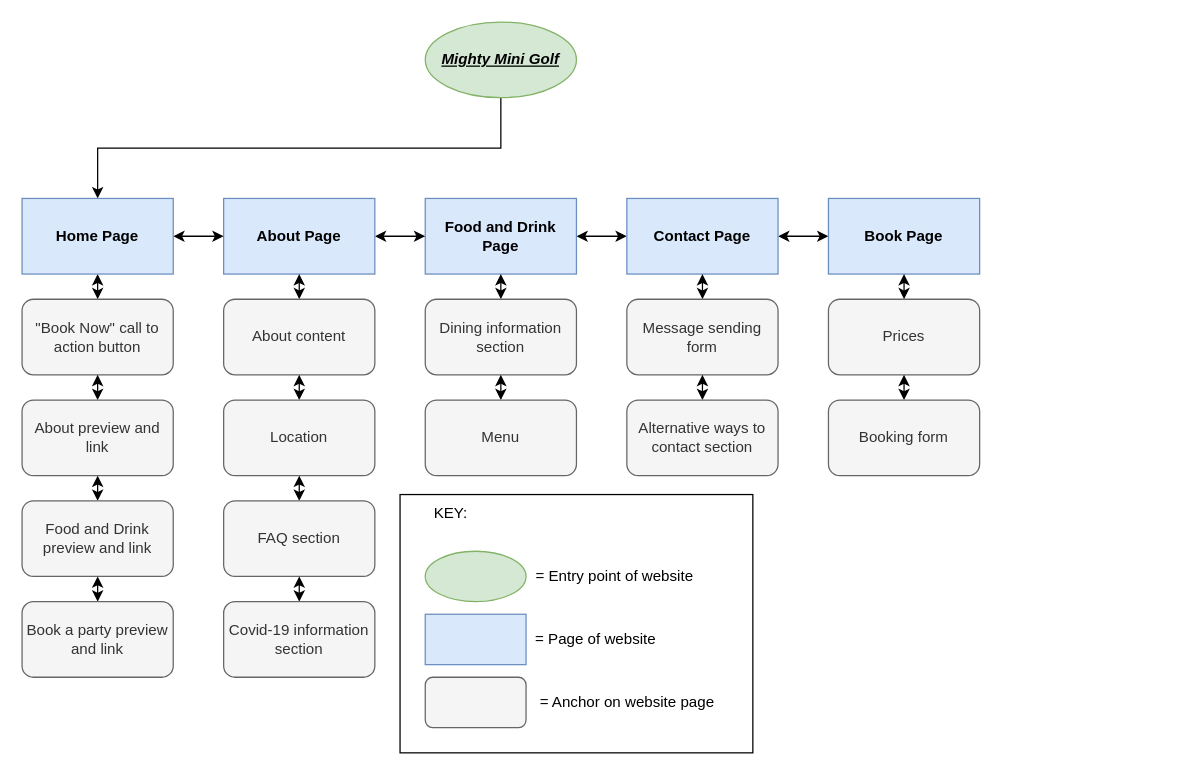
The draw.io diagram docs/sitemap.drawio in MitchellJC/mightyMiniGolf, before the edit. Source tidied: cells renumbered, new cells numbered last; positions are measured from the earlier drawing's top-left corner, leaving out a move shared by most shapes. Both pictures are drawn from the tidied source at 126%, with x=0, y=0 at pixel (21, 21).
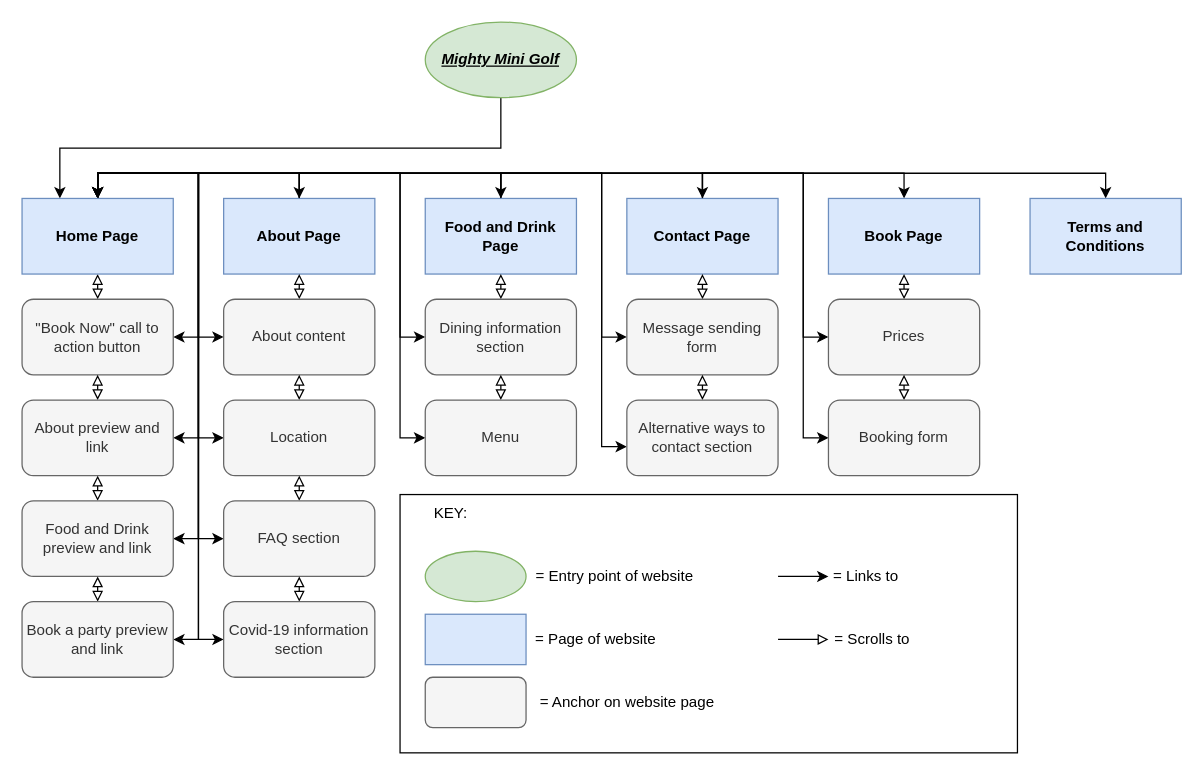
The same page after the edit.

Unchanged cells that the change refers to:
```xml
<mxCell id="4" value="&lt;b&gt;&lt;i&gt;&lt;u&gt;Mighty Mini Golf&lt;/u&gt;&lt;/i&gt;&lt;/b&gt;" style="ellipse;whiteSpace=wrap;html=1;fontFamily=Helvetica;fontSize=12;align=center;strokeColor=#82b366;fillColor=#d5e8d4;" parent="1" vertex="1">
  <mxGeometry x="320" width="120" height="60" as="geometry" />
</mxCell>
<mxCell id="6" value="&lt;b&gt;Food and Drink Page&lt;/b&gt;" style="rounded=0;whiteSpace=wrap;html=1;fillColor=#dae8fc;strokeColor=#6c8ebf;" parent="1" vertex="1">
  <mxGeometry x="320" y="140" width="120" height="60" as="geometry" />
</mxCell>
<mxCell id="8" value="&lt;b&gt;About Page&lt;/b&gt;" style="rounded=0;whiteSpace=wrap;html=1;fillColor=#dae8fc;strokeColor=#6c8ebf;" parent="1" vertex="1">
  <mxGeometry x="160" y="140" width="120" height="60" as="geometry" />
</mxCell>
<mxCell id="10" value="&lt;b&gt;Contact Page&lt;/b&gt;" style="rounded=0;whiteSpace=wrap;html=1;fillColor=#dae8fc;strokeColor=#6c8ebf;" parent="1" vertex="1">
  <mxGeometry x="480" y="140" width="120" height="60" as="geometry" />
</mxCell>
<mxCell id="13" value="&lt;b&gt;Home Page&lt;/b&gt;" style="rounded=0;whiteSpace=wrap;html=1;fillColor=#dae8fc;strokeColor=#6c8ebf;" parent="1" vertex="1">
  <mxGeometry y="140" width="120" height="60" as="geometry" />
</mxCell>
<mxCell id="14" value="&lt;b&gt;Book Page&lt;/b&gt;" style="rounded=0;whiteSpace=wrap;html=1;fillColor=#dae8fc;strokeColor=#6c8ebf;" parent="1" vertex="1">
  <mxGeometry x="640" y="140" width="120" height="60" as="geometry" />
</mxCell>
<mxCell id="15" value="&quot;Book Now&quot; call to action button" style="rounded=1;whiteSpace=wrap;html=1;fillColor=#f5f5f5;strokeColor=#666666;fontColor=#333333;" parent="1" vertex="1">
  <mxGeometry y="220" width="120" height="60" as="geometry" />
</mxCell>
<mxCell id="17" value="About preview and link" style="rounded=1;whiteSpace=wrap;html=1;fillColor=#f5f5f5;strokeColor=#666666;fontColor=#333333;" parent="1" vertex="1">
  <mxGeometry y="300" width="120" height="60" as="geometry" />
</mxCell>
<mxCell id="19" value="Food and Drink preview and link" style="rounded=1;whiteSpace=wrap;html=1;fillColor=#f5f5f5;strokeColor=#666666;fontColor=#333333;" parent="1" vertex="1">
  <mxGeometry y="380" width="120" height="60" as="geometry" />
</mxCell>
<mxCell id="21" value="Book a party preview and link" style="rounded=1;whiteSpace=wrap;html=1;fillColor=#f5f5f5;strokeColor=#666666;fontColor=#333333;" parent="1" vertex="1">
  <mxGeometry y="460" width="120" height="60" as="geometry" />
</mxCell>
<mxCell id="23" value="About content" style="rounded=1;whiteSpace=wrap;html=1;fillColor=#f5f5f5;strokeColor=#666666;fontColor=#333333;" parent="1" vertex="1">
  <mxGeometry x="160" y="220" width="120" height="60" as="geometry" />
</mxCell>
<mxCell id="25" value="Location" style="rounded=1;whiteSpace=wrap;html=1;fillColor=#f5f5f5;strokeColor=#666666;fontColor=#333333;" parent="1" vertex="1">
  <mxGeometry x="160" y="300" width="120" height="60" as="geometry" />
</mxCell>
<mxCell id="27" value="FAQ section" style="rounded=1;whiteSpace=wrap;html=1;fillColor=#f5f5f5;strokeColor=#666666;fontColor=#333333;" parent="1" vertex="1">
  <mxGeometry x="160" y="380" width="120" height="60" as="geometry" />
</mxCell>
<mxCell id="29" value="Covid-19 information section" style="rounded=1;whiteSpace=wrap;html=1;fillColor=#f5f5f5;strokeColor=#666666;fontColor=#333333;" parent="1" vertex="1">
  <mxGeometry x="160" y="460" width="120" height="60" as="geometry" />
</mxCell>
<mxCell id="31" value="Dining information section" style="rounded=1;whiteSpace=wrap;html=1;fillColor=#f5f5f5;strokeColor=#666666;fontColor=#333333;" parent="1" vertex="1">
  <mxGeometry x="320" y="220" width="120" height="60" as="geometry" />
</mxCell>
<mxCell id="33" value="Menu" style="rounded=1;whiteSpace=wrap;html=1;fillColor=#f5f5f5;strokeColor=#666666;fontColor=#333333;" parent="1" vertex="1">
  <mxGeometry x="320" y="300" width="120" height="60" as="geometry" />
</mxCell>
<mxCell id="35" value="Message sending form" style="rounded=1;whiteSpace=wrap;html=1;fillColor=#f5f5f5;strokeColor=#666666;fontColor=#333333;" parent="1" vertex="1">
  <mxGeometry x="480" y="220" width="120" height="60" as="geometry" />
</mxCell>
<mxCell id="37" value="Alternative ways to contact section" style="rounded=1;whiteSpace=wrap;html=1;fillColor=#f5f5f5;strokeColor=#666666;fontColor=#333333;" parent="1" vertex="1">
  <mxGeometry x="480" y="300" width="120" height="60" as="geometry" />
</mxCell>
<mxCell id="39" value="Prices" style="rounded=1;whiteSpace=wrap;html=1;fillColor=#f5f5f5;strokeColor=#666666;fontColor=#333333;" parent="1" vertex="1">
  <mxGeometry x="640" y="220" width="120" height="60" as="geometry" />
</mxCell>
<mxCell id="41" value="Booking form" style="rounded=1;whiteSpace=wrap;html=1;fillColor=#f5f5f5;strokeColor=#666666;fontColor=#333333;" parent="1" vertex="1">
  <mxGeometry x="640" y="300" width="120" height="60" as="geometry" />
</mxCell>
```

The edit, as a diff of the source:
```diff
@@
     <mxCell id="2" style="rounded=0;whiteSpace=wrap;html=1;" parent="1" vertex="1">
-      <mxGeometry x="300" y="375" width="280" height="205" as="geometry" />
+      <mxGeometry x="300" y="375" width="490" height="205" as="geometry" />
     </mxCell>
-    <mxCell id="3" style="edgeStyle=orthogonalEdgeStyle;rounded=0;jettySize=auto;html=1;exitX=0.5;exitY=1;exitDx=0;exitDy=0;endArrow=classic;endFill=1;" parent="1" edge="1" source="4" target="13">
+    <mxCell id="3" style="edgeStyle=orthogonalEdgeStyle;rounded=0;jettySize=auto;html=1;exitX=0.5;exitY=1;exitDx=0;exitDy=0;endArrow=classic;endFill=1;entryX=0.25;entryY=0;entryDx=0;entryDy=0;" parent="1" edge="1" source="4" target="13">
       <mxGeometry relative="1" as="geometry" />
     </mxCell>
@@
-    <mxCell id="5" style="edgeStyle=orthogonalEdgeStyle;rounded=0;jettySize=auto;html=1;exitX=1;exitY=0.5;exitDx=0;exitDy=0;entryX=0;entryY=0.5;entryDx=0;entryDy=0;endArrow=classic;endFill=1;startArrow=classic;startFill=1;" parent="1" edge="1" source="6" target="10">
-      <mxGeometry relative="1" as="geometry" />
-    </mxCell>
+    <mxCell id="49" style="edgeStyle=orthogonalEdgeStyle;rounded=0;jettySize=auto;html=1;exitX=0.5;exitY=0;exitDx=0;exitDy=0;entryX=0;entryY=0.5;entryDx=0;entryDy=0;" parent="1" edge="1" source="6" target="35">
+      <mxGeometry relative="1" as="geometry" />
+    </mxCell>
+    <mxCell id="50" style="edgeStyle=orthogonalEdgeStyle;rounded=0;jettySize=auto;html=1;exitX=0.5;exitY=0;exitDx=0;exitDy=0;entryX=0;entryY=0.617;entryDx=0;entryDy=0;entryPerimeter=0;" parent="1" edge="1" source="6" target="37">
+      <mxGeometry relative="1" as="geometry" />
+    </mxCell>
@@
-    <mxCell id="7" style="edgeStyle=orthogonalEdgeStyle;rounded=0;jettySize=auto;html=1;exitX=1;exitY=0.5;exitDx=0;exitDy=0;entryX=0;entryY=0.5;entryDx=0;entryDy=0;endArrow=classic;endFill=1;startArrow=classic;startFill=1;" parent="1" edge="1" source="8" target="6">
-      <mxGeometry relative="1" as="geometry" />
-    </mxCell>
+    <mxCell id="51" style="edgeStyle=orthogonalEdgeStyle;rounded=0;jettySize=auto;html=1;exitX=0.5;exitY=0;exitDx=0;exitDy=0;entryX=0;entryY=0.5;entryDx=0;entryDy=0;" parent="1" edge="1" source="8" target="31">
+      <mxGeometry relative="1" as="geometry" />
+    </mxCell>
+    <mxCell id="52" style="edgeStyle=orthogonalEdgeStyle;rounded=0;jettySize=auto;html=1;exitX=0.5;exitY=0;exitDx=0;exitDy=0;entryX=0;entryY=0.5;entryDx=0;entryDy=0;" parent="1" edge="1" source="8" target="33">
+      <mxGeometry relative="1" as="geometry" />
+    </mxCell>
@@
-    <mxCell id="9" style="edgeStyle=orthogonalEdgeStyle;rounded=0;jettySize=auto;html=1;exitX=1;exitY=0.5;exitDx=0;exitDy=0;entryX=0;entryY=0.5;entryDx=0;entryDy=0;endArrow=classic;endFill=1;startArrow=classic;startFill=1;" parent="1" edge="1" source="10" target="14">
-      <mxGeometry relative="1" as="geometry" />
-    </mxCell>
+    <mxCell id="53" style="edgeStyle=orthogonalEdgeStyle;rounded=0;jettySize=auto;html=1;exitX=0.5;exitY=0;exitDx=0;exitDy=0;entryX=0;entryY=0.5;entryDx=0;entryDy=0;" parent="1" edge="1" source="10" target="39">
+      <mxGeometry relative="1" as="geometry" />
+    </mxCell>
+    <mxCell id="54" style="edgeStyle=orthogonalEdgeStyle;rounded=0;jettySize=auto;html=1;exitX=0.5;exitY=0;exitDx=0;exitDy=0;entryX=0;entryY=0.5;entryDx=0;entryDy=0;" parent="1" edge="1" source="10" target="41">
+      <mxGeometry relative="1" as="geometry" />
+    </mxCell>
@@
-    <mxCell id="11" style="edgeStyle=none;rounded=0;jettySize=auto;html=1;exitX=0.5;exitY=1;exitDx=0;exitDy=0;endArrow=classic;endFill=1;startArrow=classic;startFill=1;" parent="1" edge="1" source="13">
+    <mxCell id="11" style="edgeStyle=none;rounded=0;jettySize=auto;html=1;exitX=0.5;exitY=1;exitDx=0;exitDy=0;endArrow=block;endFill=0;startArrow=block;startFill=0;" parent="1" edge="1" source="13">
       <mxGeometry relative="1" as="geometry">
         <mxPoint x="60" y="220" as="targetPoint" />
       </mxGeometry>
     </mxCell>
-    <mxCell id="12" style="edgeStyle=orthogonalEdgeStyle;rounded=0;jettySize=auto;html=1;exitX=1;exitY=0.5;exitDx=0;exitDy=0;entryX=0;entryY=0.5;entryDx=0;entryDy=0;endArrow=classic;endFill=1;startArrow=classic;startFill=1;" parent="1" edge="1" source="13" target="8">
+    <mxCell id="12" style="edgeStyle=orthogonalEdgeStyle;rounded=0;jettySize=auto;html=1;exitX=0.5;exitY=0;exitDx=0;exitDy=0;entryX=0.5;entryY=0;entryDx=0;entryDy=0;startArrow=classic;startFill=1;" parent="1" edge="1" source="13" target="8">
       <mxGeometry relative="1" as="geometry" />
     </mxCell>
+    <mxCell id="55" style="edgeStyle=orthogonalEdgeStyle;rounded=0;jettySize=auto;html=1;exitX=0.5;exitY=0;exitDx=0;exitDy=0;entryX=0.5;entryY=0;entryDx=0;entryDy=0;startArrow=classic;startFill=1;" parent="1" edge="1" source="13" target="6">
+      <mxGeometry relative="1" as="geometry" />
+    </mxCell>
+    <mxCell id="56" style="edgeStyle=orthogonalEdgeStyle;rounded=0;jettySize=auto;html=1;exitX=0.5;exitY=0;exitDx=0;exitDy=0;entryX=0.5;entryY=0;entryDx=0;entryDy=0;startArrow=classic;startFill=1;" parent="1" edge="1" source="13" target="10">
+      <mxGeometry relative="1" as="geometry" />
+    </mxCell>
+    <mxCell id="57" style="edgeStyle=orthogonalEdgeStyle;rounded=0;jettySize=auto;html=1;exitX=0.5;exitY=0;exitDx=0;exitDy=0;entryX=0.5;entryY=0;entryDx=0;entryDy=0;startArrow=classic;startFill=1;" parent="1" edge="1" source="13" target="14">
+      <mxGeometry relative="1" as="geometry" />
+    </mxCell>
+    <mxCell id="58" style="edgeStyle=orthogonalEdgeStyle;rounded=0;jettySize=auto;html=1;exitX=0.5;exitY=0;exitDx=0;exitDy=0;entryX=0.5;entryY=0;entryDx=0;entryDy=0;startArrow=classic;startFill=1;" parent="1" edge="1" source="13" target="67">
+      <mxGeometry relative="1" as="geometry" />
+    </mxCell>
+    <mxCell id="59" style="edgeStyle=orthogonalEdgeStyle;rounded=0;jettySize=auto;html=1;exitX=0.5;exitY=0;exitDx=0;exitDy=0;entryX=0;entryY=0.5;entryDx=0;entryDy=0;" parent="1" edge="1" source="13" target="23">
+      <mxGeometry relative="1" as="geometry" />
+    </mxCell>
+    <mxCell id="60" style="edgeStyle=orthogonalEdgeStyle;rounded=0;jettySize=auto;html=1;exitX=0.5;exitY=0;exitDx=0;exitDy=0;entryX=1;entryY=0.5;entryDx=0;entryDy=0;" parent="1" edge="1" source="13" target="15">
+      <mxGeometry relative="1" as="geometry" />
+    </mxCell>
+    <mxCell id="61" style="edgeStyle=orthogonalEdgeStyle;rounded=0;jettySize=auto;html=1;exitX=0.5;exitY=0;exitDx=0;exitDy=0;entryX=1;entryY=0.5;entryDx=0;entryDy=0;" parent="1" edge="1" source="13" target="17">
+      <mxGeometry relative="1" as="geometry" />
+    </mxCell>
+    <mxCell id="62" style="edgeStyle=orthogonalEdgeStyle;rounded=0;jettySize=auto;html=1;exitX=0.5;exitY=0;exitDx=0;exitDy=0;entryX=0;entryY=0.5;entryDx=0;entryDy=0;" parent="1" edge="1" source="13" target="25">
+      <mxGeometry relative="1" as="geometry" />
+    </mxCell>
+    <mxCell id="63" style="edgeStyle=orthogonalEdgeStyle;rounded=0;jettySize=auto;html=1;exitX=0.5;exitY=0;exitDx=0;exitDy=0;entryX=1;entryY=0.5;entryDx=0;entryDy=0;" parent="1" edge="1" source="13" target="19">
+      <mxGeometry relative="1" as="geometry" />
+    </mxCell>
+    <mxCell id="64" style="edgeStyle=orthogonalEdgeStyle;rounded=0;jettySize=auto;html=1;exitX=0.5;exitY=0;exitDx=0;exitDy=0;entryX=0;entryY=0.5;entryDx=0;entryDy=0;" parent="1" edge="1" source="13" target="27">
+      <mxGeometry relative="1" as="geometry" />
+    </mxCell>
+    <mxCell id="65" style="edgeStyle=orthogonalEdgeStyle;rounded=0;jettySize=auto;html=1;exitX=0.5;exitY=0;exitDx=0;exitDy=0;entryX=0;entryY=0.5;entryDx=0;entryDy=0;" parent="1" edge="1" source="13" target="29">
+      <mxGeometry relative="1" as="geometry" />
+    </mxCell>
+    <mxCell id="66" style="edgeStyle=orthogonalEdgeStyle;rounded=0;jettySize=auto;html=1;exitX=0.5;exitY=0;exitDx=0;exitDy=0;entryX=1;entryY=0.5;entryDx=0;entryDy=0;" parent="1" edge="1" source="13" target="21">
+      <mxGeometry relative="1" as="geometry" />
+    </mxCell>
@@
-    <mxCell id="16" style="edgeStyle=none;rounded=0;orthogonalLoop=1;jettySize=auto;html=1;exitX=0.5;exitY=1;exitDx=0;exitDy=0;endArrow=classic;endFill=1;startArrow=classic;startFill=1;" parent="1" edge="1">
+    <mxCell id="16" style="edgeStyle=none;rounded=0;orthogonalLoop=1;jettySize=auto;html=1;exitX=0.5;exitY=1;exitDx=0;exitDy=0;endArrow=block;endFill=0;startArrow=block;startFill=0;" parent="1" edge="1">
       <mxGeometry relative="1" as="geometry">
         <mxPoint x="60" y="280" as="sourcePoint" />
         <mxPoint x="60" y="300" as="targetPoint" />
       </mxGeometry>
     </mxCell>
@@
-    <mxCell id="18" style="edgeStyle=none;rounded=0;orthogonalLoop=1;jettySize=auto;html=1;exitX=0.5;exitY=1;exitDx=0;exitDy=0;endArrow=classic;endFill=1;startArrow=classic;startFill=1;" parent="1" edge="1">
+    <mxCell id="18" style="edgeStyle=none;rounded=0;orthogonalLoop=1;jettySize=auto;html=1;exitX=0.5;exitY=1;exitDx=0;exitDy=0;endArrow=block;endFill=0;startArrow=block;startFill=0;" parent="1" edge="1">
       <mxGeometry relative="1" as="geometry">
         <mxPoint x="60" y="360" as="sourcePoint" />
         <mxPoint x="60" y="380" as="targetPoint" />
       </mxGeometry>
     </mxCell>
@@
-    <mxCell id="20" style="edgeStyle=none;rounded=0;orthogonalLoop=1;jettySize=auto;html=1;exitX=0.5;exitY=1;exitDx=0;exitDy=0;endArrow=classic;endFill=1;startArrow=classic;startFill=1;" parent="1" edge="1">
+    <mxCell id="20" style="edgeStyle=none;rounded=0;orthogonalLoop=1;jettySize=auto;html=1;exitX=0.5;exitY=1;exitDx=0;exitDy=0;endArrow=block;endFill=0;startArrow=block;startFill=0;" parent="1" edge="1">
       <mxGeometry relative="1" as="geometry">
         <mxPoint x="60" y="440" as="sourcePoint" />
         <mxPoint x="60" y="460" as="targetPoint" />
       </mxGeometry>
     </mxCell>
@@
-    <mxCell id="22" style="edgeStyle=none;rounded=0;orthogonalLoop=1;jettySize=auto;html=1;exitX=0.5;exitY=1;exitDx=0;exitDy=0;endArrow=classic;endFill=1;startArrow=classic;startFill=1;" parent="1" edge="1">
+    <mxCell id="22" style="edgeStyle=none;rounded=0;orthogonalLoop=1;jettySize=auto;html=1;exitX=0.5;exitY=1;exitDx=0;exitDy=0;endArrow=block;endFill=0;startArrow=block;startFill=0;" parent="1" edge="1">
       <mxGeometry relative="1" as="geometry">
         <mxPoint x="220" y="200" as="sourcePoint" />
         <mxPoint x="220" y="220" as="targetPoint" />
       </mxGeometry>
     </mxCell>
@@
-    <mxCell id="24" style="edgeStyle=none;rounded=0;orthogonalLoop=1;jettySize=auto;html=1;exitX=0.5;exitY=1;exitDx=0;exitDy=0;endArrow=classic;endFill=1;startArrow=classic;startFill=1;" parent="1" edge="1">
+    <mxCell id="24" style="edgeStyle=none;rounded=0;orthogonalLoop=1;jettySize=auto;html=1;exitX=0.5;exitY=1;exitDx=0;exitDy=0;endArrow=block;endFill=0;startArrow=block;startFill=0;" parent="1" edge="1">
       <mxGeometry relative="1" as="geometry">
         <mxPoint x="220" y="280" as="sourcePoint" />
         <mxPoint x="220" y="300" as="targetPoint" />
       </mxGeometry>
     </mxCell>
@@
-    <mxCell id="26" style="edgeStyle=none;rounded=0;orthogonalLoop=1;jettySize=auto;html=1;exitX=0.5;exitY=1;exitDx=0;exitDy=0;endArrow=classic;endFill=1;startArrow=classic;startFill=1;" parent="1" edge="1">
+    <mxCell id="26" style="edgeStyle=none;rounded=0;orthogonalLoop=1;jettySize=auto;html=1;exitX=0.5;exitY=1;exitDx=0;exitDy=0;endArrow=block;endFill=0;startArrow=block;startFill=0;" parent="1" edge="1">
       <mxGeometry relative="1" as="geometry">
         <mxPoint x="220" y="360" as="sourcePoint" />
         <mxPoint x="220" y="380" as="targetPoint" />
       </mxGeometry>
     </mxCell>
@@
-    <mxCell id="28" style="edgeStyle=none;rounded=0;orthogonalLoop=1;jettySize=auto;html=1;exitX=0.5;exitY=1;exitDx=0;exitDy=0;endArrow=classic;endFill=1;startArrow=classic;startFill=1;" parent="1" edge="1">
+    <mxCell id="28" style="edgeStyle=none;rounded=0;orthogonalLoop=1;jettySize=auto;html=1;exitX=0.5;exitY=1;exitDx=0;exitDy=0;endArrow=block;endFill=0;startArrow=block;startFill=0;" parent="1" edge="1">
       <mxGeometry relative="1" as="geometry">
         <mxPoint x="220" y="440" as="sourcePoint" />
         <mxPoint x="220" y="460" as="targetPoint" />
       </mxGeometry>
     </mxCell>
@@
-    <mxCell id="30" style="edgeStyle=none;rounded=0;orthogonalLoop=1;jettySize=auto;html=1;exitX=0.5;exitY=1;exitDx=0;exitDy=0;endArrow=classic;endFill=1;startArrow=classic;startFill=1;" parent="1" edge="1">
+    <mxCell id="30" style="edgeStyle=none;rounded=0;orthogonalLoop=1;jettySize=auto;html=1;exitX=0.5;exitY=1;exitDx=0;exitDy=0;endArrow=block;endFill=0;startArrow=block;startFill=0;" parent="1" edge="1">
       <mxGeometry relative="1" as="geometry">
         <mxPoint x="380" y="200" as="sourcePoint" />
         <mxPoint x="380" y="220" as="targetPoint" />
       </mxGeometry>
     </mxCell>
@@
-    <mxCell id="32" style="edgeStyle=none;rounded=0;orthogonalLoop=1;jettySize=auto;html=1;exitX=0.5;exitY=1;exitDx=0;exitDy=0;endArrow=classic;endFill=1;startArrow=classic;startFill=1;" parent="1" edge="1">
+    <mxCell id="32" style="edgeStyle=none;rounded=0;orthogonalLoop=1;jettySize=auto;html=1;exitX=0.5;exitY=1;exitDx=0;exitDy=0;endArrow=block;endFill=0;startArrow=block;startFill=0;" parent="1" edge="1">
       <mxGeometry relative="1" as="geometry">
         <mxPoint x="380" y="280" as="sourcePoint" />
         <mxPoint x="380" y="300" as="targetPoint" />
       </mxGeometry>
     </mxCell>
@@
-    <mxCell id="34" style="edgeStyle=none;rounded=0;orthogonalLoop=1;jettySize=auto;html=1;exitX=0.5;exitY=1;exitDx=0;exitDy=0;endArrow=classic;endFill=1;startArrow=classic;startFill=1;" parent="1" edge="1">
+    <mxCell id="34" style="edgeStyle=none;rounded=0;orthogonalLoop=1;jettySize=auto;html=1;exitX=0.5;exitY=1;exitDx=0;exitDy=0;endArrow=block;endFill=0;startArrow=block;startFill=0;" parent="1" edge="1">
       <mxGeometry relative="1" as="geometry">
         <mxPoint x="540" y="200" as="sourcePoint" />
         <mxPoint x="540" y="220" as="targetPoint" />
       </mxGeometry>
     </mxCell>
@@
-    <mxCell id="36" style="edgeStyle=none;rounded=0;orthogonalLoop=1;jettySize=auto;html=1;exitX=0.5;exitY=1;exitDx=0;exitDy=0;endArrow=classic;endFill=1;startArrow=classic;startFill=1;" parent="1" edge="1">
+    <mxCell id="36" style="edgeStyle=none;rounded=0;orthogonalLoop=1;jettySize=auto;html=1;exitX=0.5;exitY=1;exitDx=0;exitDy=0;endArrow=block;endFill=0;startArrow=block;startFill=0;" parent="1" edge="1">
       <mxGeometry relative="1" as="geometry">
         <mxPoint x="540" y="280" as="sourcePoint" />
         <mxPoint x="540" y="300" as="targetPoint" />
       </mxGeometry>
     </mxCell>
@@
-    <mxCell id="38" style="edgeStyle=none;rounded=0;orthogonalLoop=1;jettySize=auto;html=1;exitX=0.5;exitY=1;exitDx=0;exitDy=0;endArrow=classic;endFill=1;startArrow=classic;startFill=1;" parent="1" edge="1">
+    <mxCell id="38" style="edgeStyle=none;rounded=0;orthogonalLoop=1;jettySize=auto;html=1;exitX=0.5;exitY=1;exitDx=0;exitDy=0;endArrow=block;endFill=0;startArrow=block;startFill=0;" parent="1" edge="1">
       <mxGeometry relative="1" as="geometry">
         <mxPoint x="700" y="200" as="sourcePoint" />
         <mxPoint x="700" y="220" as="targetPoint" />
       </mxGeometry>
     </mxCell>
@@
-    <mxCell id="40" style="edgeStyle=none;rounded=0;orthogonalLoop=1;jettySize=auto;html=1;exitX=0.5;exitY=1;exitDx=0;exitDy=0;endArrow=classic;endFill=1;startArrow=classic;startFill=1;" parent="1" edge="1">
+    <mxCell id="40" style="edgeStyle=none;rounded=0;orthogonalLoop=1;jettySize=auto;html=1;exitX=0.5;exitY=1;exitDx=0;exitDy=0;endArrow=block;endFill=0;startArrow=block;startFill=0;" parent="1" edge="1">
       <mxGeometry relative="1" as="geometry">
         <mxPoint x="700" y="280" as="sourcePoint" />
         <mxPoint x="700" y="300" as="targetPoint" />
       </mxGeometry>
     </mxCell>
@@
+    <mxCell id="67" value="&lt;b&gt;Terms and Conditions&lt;/b&gt;" style="rounded=0;whiteSpace=wrap;html=1;fillColor=#dae8fc;strokeColor=#6c8ebf;" parent="1" vertex="1">
+      <mxGeometry x="800" y="140" width="120" height="60" as="geometry" />
+    </mxCell>
+    <mxCell id="68" style="endArrow=classic;html=1;rounded=0;" parent="1" edge="1" target="69">
+      <mxGeometry relative="1" as="geometry">
+        <mxPoint x="600" y="440" as="sourcePoint" />
+      </mxGeometry>
+    </mxCell>
+    <mxCell id="69" value="= Links to" style="text;html=1;strokeColor=none;fillColor=none;align=center;verticalAlign=middle;whiteSpace=wrap;rounded=0;" parent="1" vertex="1">
+      <mxGeometry x="640" y="425" width="60" height="30" as="geometry" />
+    </mxCell>
+    <mxCell id="70" style="endArrow=block;html=1;rounded=0;endFill=0;" parent="1" edge="1" target="71">
+      <mxGeometry relative="1" as="geometry">
+        <mxPoint x="600" y="490" as="sourcePoint" />
+      </mxGeometry>
+    </mxCell>
+    <mxCell id="71" value="= Scrolls to" style="text;html=1;strokeColor=none;fillColor=none;align=center;verticalAlign=middle;whiteSpace=wrap;rounded=0;" parent="1" vertex="1">
+      <mxGeometry x="640" y="475" width="70" height="30" as="geometry" />
+    </mxCell>
```
